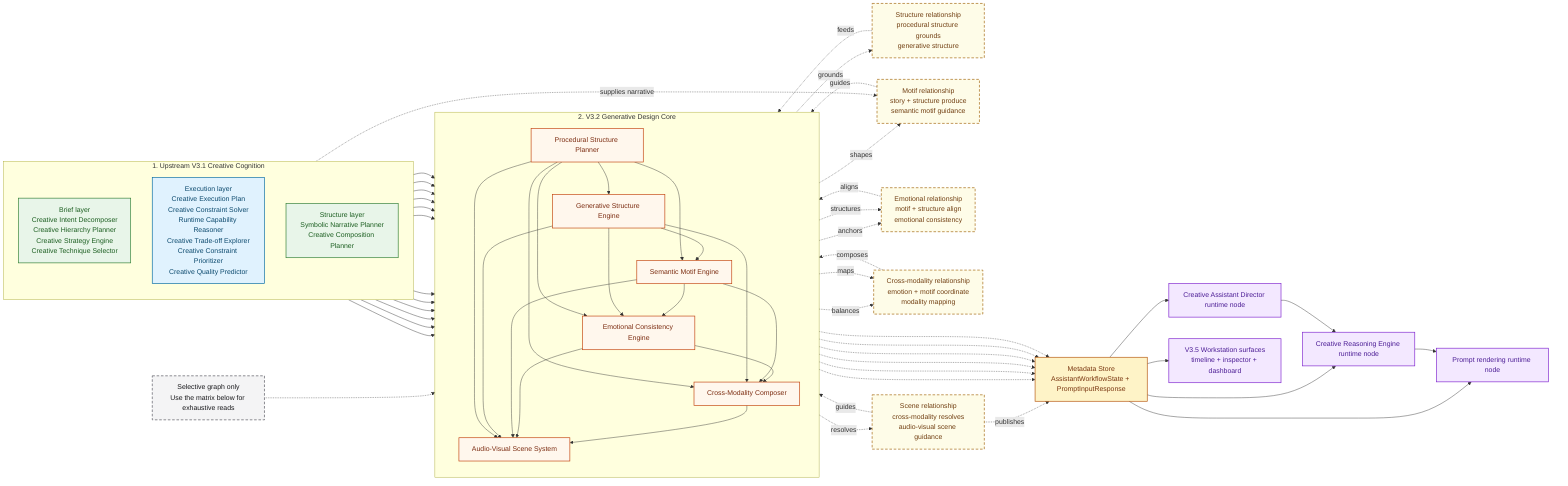
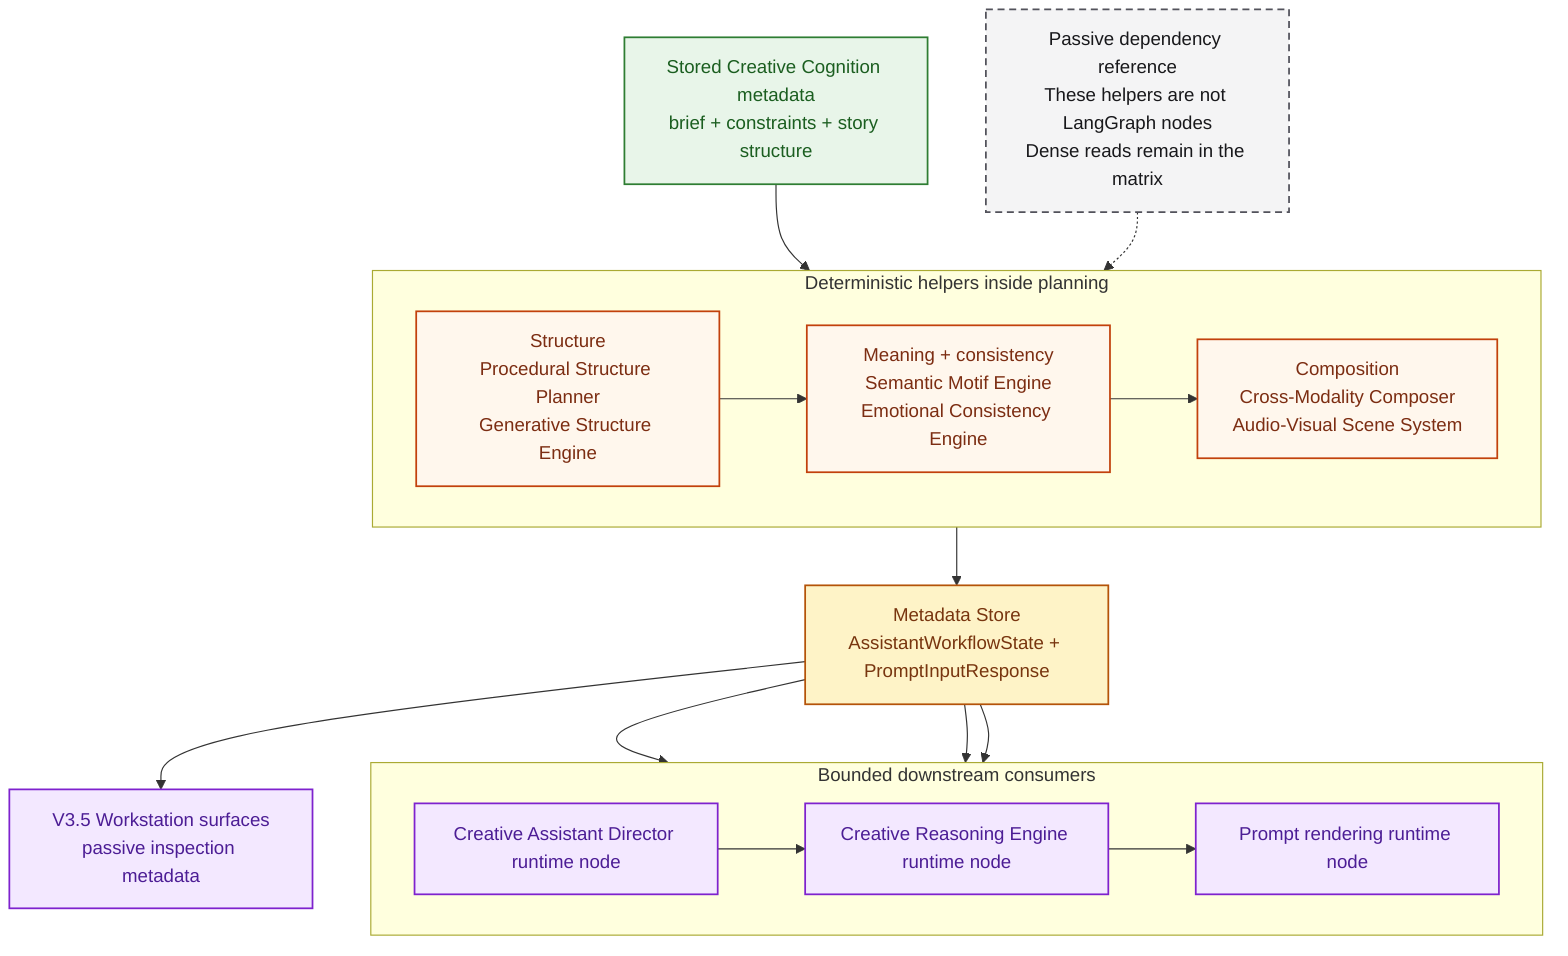
- flowchart LR
-     %% Class palette
+ flowchart TB
    classDef upstream fill:#E8F5E9,stroke:#2E7D32,color:#1B5E20,stroke-width:1.5px;
-     classDef bundle fill:#E0F2FE,stroke:#0369A1,color:#0C4A6E,stroke-width:1.5px;
    classDef design fill:#FFF7ED,stroke:#C2410C,color:#7C2D12,stroke-width:1.5px;
    classDef store fill:#FEF3C7,stroke:#B45309,color:#78350F,stroke-width:1.5px;
    classDef consumer fill:#F3E8FF,stroke:#7E22CE,color:#4C1D95,stroke-width:1.5px;
    classDef note fill:#F4F4F5,stroke:#52525B,color:#18181B,stroke-width:1.5px,stroke-dasharray: 6 4;
-     classDef relationship fill:#FEFCE8,stroke:#A16207,color:#713F12,stroke-width:1.5px,stroke-dasharray: 6 4;

-     %% Upstream cognition groups
-     subgraph upstream_core["1. Upstream V3.1 Creative Cognition"]
-         direction TB
-         brief["Brief layer<br/>Creative Intent Decomposer<br/>Creative Hierarchy Planner<br/>Creative Strategy Engine<br/>Creative Technique Selector"]:::upstream
-         execution["Execution layer<br/>Creative Execution Plan<br/>Creative Constraint Solver<br/>Runtime Capability Reasoner<br/>Creative Trade-off Explorer<br/>Creative Constraint Prioritizer<br/>Creative Quality Predictor"]:::bundle
-         story["Structure layer<br/>Symbolic Narrative Planner<br/>Creative Composition Planner"]:::upstream
+     cognition["Stored Creative Cognition metadata<br/>brief + constraints + story structure"]:::upstream
+ 
+     subgraph design_core["Deterministic helpers inside planning"]
+         direction LR
+         structure["Structure<br/>Procedural Structure Planner<br/>Generative Structure Engine"]:::design
+         meaning["Meaning + consistency<br/>Semantic Motif Engine<br/>Emotional Consistency Engine"]:::design
+         composition["Composition<br/>Cross-Modality Composer<br/>Audio-Visual Scene System"]:::design
    end

-     %% Generative design capabilities
-     subgraph design_core["2. V3.2 Generative Design Core"]
-         direction TB
-         procedural["Procedural Structure Planner"]:::design
-         generative["Generative Structure Engine"]:::design
-         motif["Semantic Motif Engine"]:::design
-         emotion["Emotional Consistency Engine"]:::design
-         cross["Cross-Modality Composer"]:::design
-         scene["Audio-Visual Scene System"]:::design
+     metadata_store["Metadata Store<br/>AssistantWorkflowState + PromptInputResponse"]:::store
+ 
+     subgraph consumers["Bounded downstream consumers"]
+         direction LR
+         director["Creative Assistant Director runtime node"]:::consumer
+         reasoning["Creative Reasoning Engine runtime node"]:::consumer
+         prompt_rendering["Prompt rendering runtime node"]:::consumer
    end

-     %% Runtime metadata consumers
-     metadata_store["Metadata Store<br/>AssistantWorkflowState + PromptInputResponse"]:::store
-     director["Creative Assistant Director runtime node"]:::consumer
-     reasoning["Creative Reasoning Engine runtime node"]:::consumer
-     prompt_rendering["Prompt rendering runtime node"]:::consumer
-     workstation["V3.5 Workstation surfaces<br/>timeline + inspector + dashboard"]:::consumer
-     note["Selective graph only<br/>Use the matrix below for exhaustive reads"]:::note
-     structure_boundary["Structure relationship<br/>procedural structure grounds<br/>generative structure"]:::relationship
-     motif_boundary["Motif relationship<br/>story + structure produce<br/>semantic motif guidance"]:::relationship
-     emotion_boundary["Emotional relationship<br/>motif + structure align<br/>emotional consistency"]:::relationship
-     modality_boundary["Cross-modality relationship<br/>emotion + motif coordinate<br/>modality mapping"]:::relationship
-     scene_boundary["Scene relationship<br/>cross-modality resolves<br/>audio-visual scene guidance"]:::relationship
+     workstation["V3.5 Workstation surfaces<br/>passive inspection metadata"]:::consumer
+     note["Passive dependency reference<br/>These helpers are not LangGraph nodes<br/>Dense reads remain in the matrix"]:::note

-     %% Upstream dependencies
-     brief --> procedural
-     execution --> procedural
-     story --> procedural
- 
-     execution --> generative
-     story --> generative
-     procedural --> generative
- 
-     story --> motif
-     procedural --> motif
-     generative --> motif
- 
-     execution --> emotion
-     story --> emotion
-     procedural --> emotion
-     generative --> emotion
-     motif --> emotion
- 
-     execution --> cross
-     story --> cross
-     procedural --> cross
-     generative --> cross
-     motif --> cross
-     emotion --> cross
- 
-     execution --> scene
-     story --> scene
-     procedural --> scene
-     generative --> scene
-     motif --> scene
-     emotion --> scene
-     cross --> scene
- 
-     %% Metadata publication
-     procedural -.-> metadata_store
-     generative -.-> metadata_store
-     motif -.-> metadata_store
-     emotion -.-> metadata_store
-     cross -.-> metadata_store
-     scene -.-> metadata_store
- 
-     %% Runtime consumers
+     cognition --> structure --> meaning --> composition --> metadata_store
    metadata_store --> director
    metadata_store --> reasoning
    metadata_store --> prompt_rendering
    metadata_store --> workstation
    director --> reasoning --> prompt_rendering
    note -.-> design_core
- 
-     %% Relationship annotations
-     procedural -. grounds .-> structure_boundary
-     structure_boundary -. feeds .-> generative
-     generative -. shapes .-> motif_boundary
-     story -. supplies narrative .-> motif_boundary
-     motif_boundary -. guides .-> motif
-     motif -. anchors .-> emotion_boundary
-     generative -. structures .-> emotion_boundary
-     emotion_boundary -. aligns .-> emotion
-     emotion -. balances .-> modality_boundary
-     motif -. maps .-> modality_boundary
-     modality_boundary -. composes .-> cross
-     cross -. resolves .-> scene_boundary
-     scene_boundary -. guides .-> scene
-     scene_boundary -. publishes .-> metadata_store
